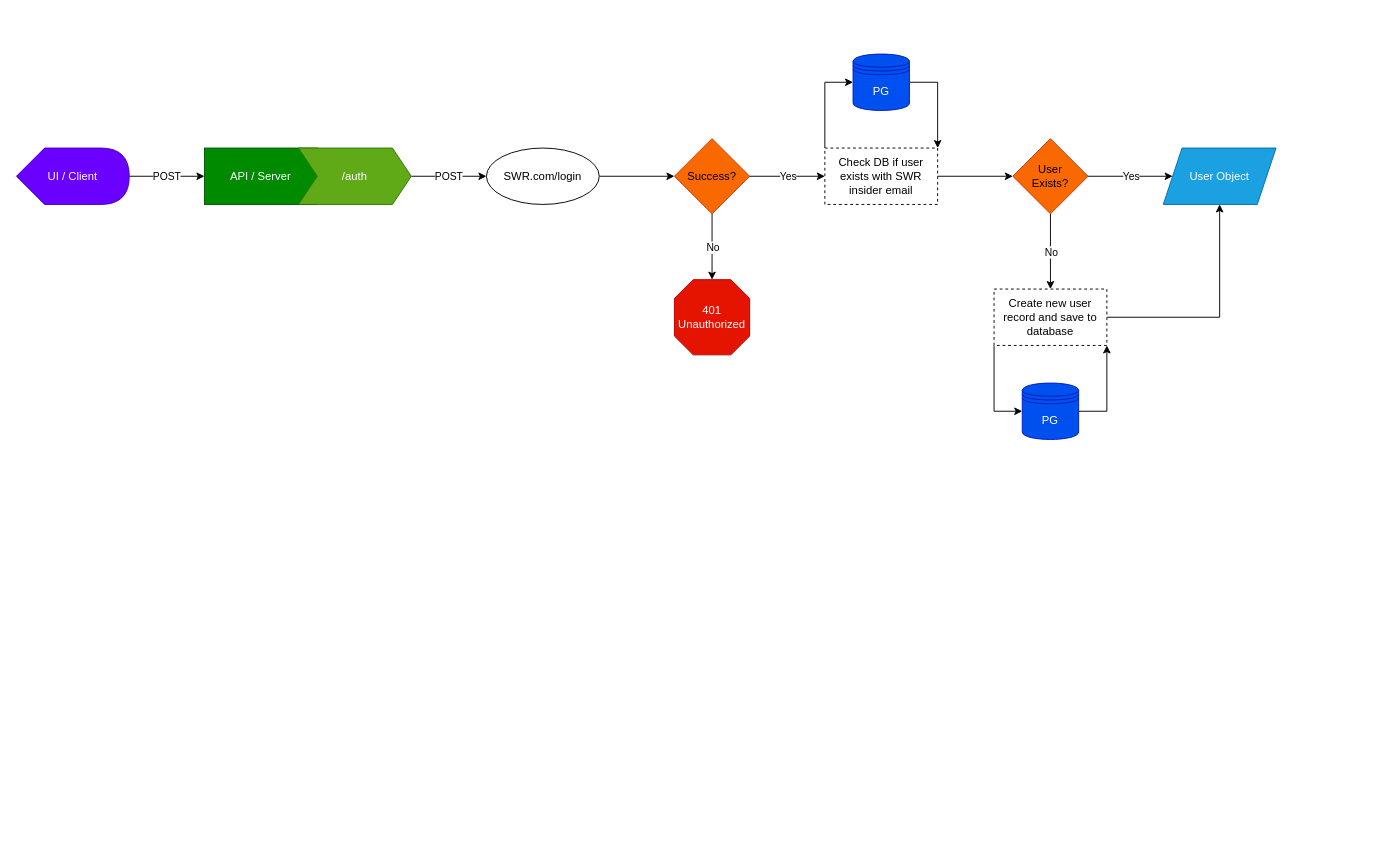
Above: diagrams/swr_integrations.drawio in skinwalker-ranch-insiders/anomaly_reporting_diagrams (draw.io), before the change. Source tidied: cells renumbered, new cells numbered last; positions are measured from the earlier drawing's top-left corner, leaving out a move shared by most shapes. Both pictures are drawn from the tidied source at 94%, with x=0, y=0 at pixel (16, 54).
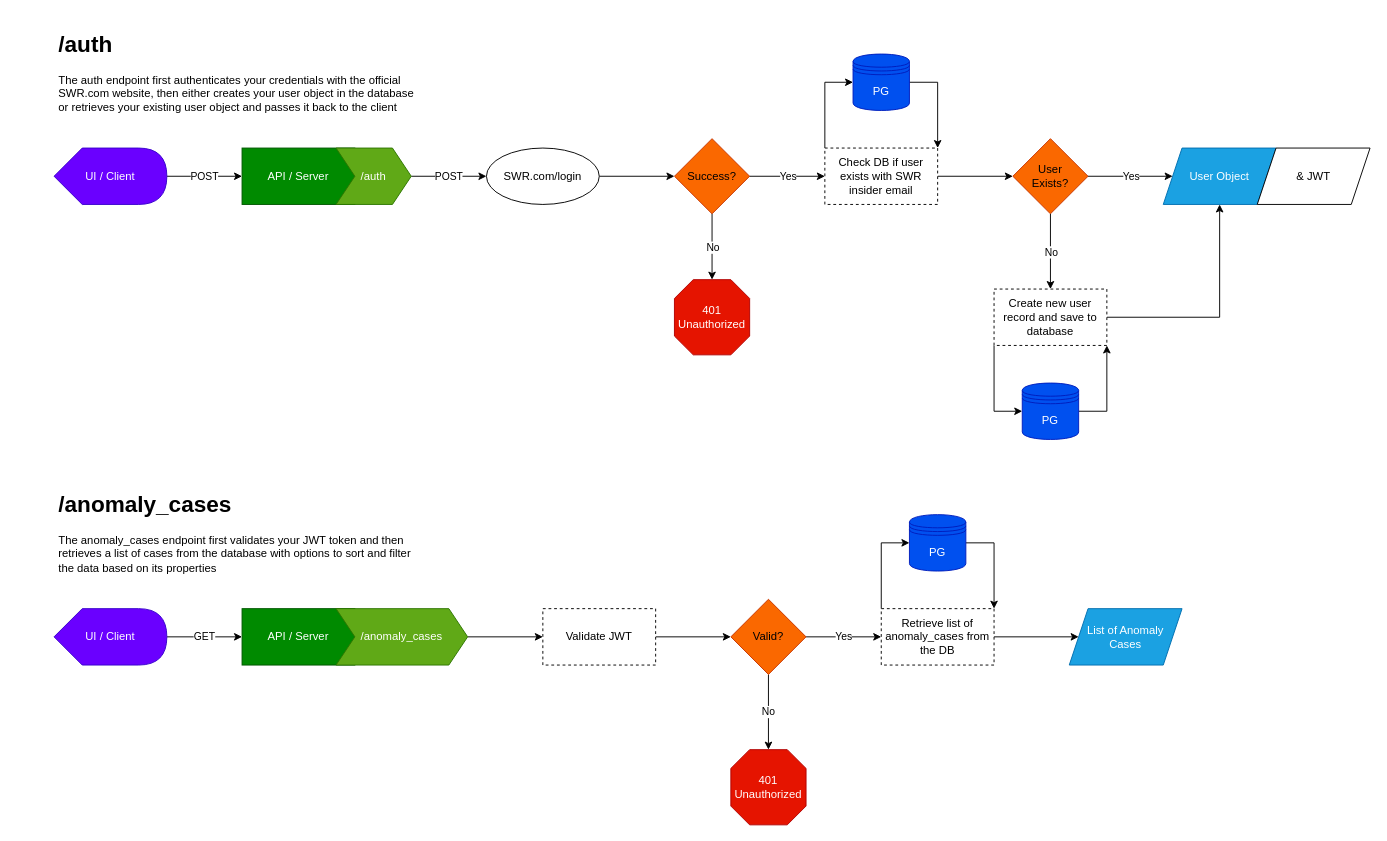
The same diagram, later.

Diff of the diagram source:
```diff
@@
     <mxCell id="4" value="API / Server" style="rounded=0;whiteSpace=wrap;html=1;fillColor=#008a00;fontColor=#ffffff;strokeColor=#005700;" parent="1" vertex="1">
-      <mxGeometry x="200" y="100" width="120" height="60" as="geometry" />
+      <mxGeometry x="240" y="100" width="120" height="60" as="geometry" />
     </mxCell>
@@
     <mxCell id="6" value="/auth" style="shape=step;perimeter=stepPerimeter;whiteSpace=wrap;html=1;fixedSize=1;fillColor=#60a917;fontColor=#ffffff;strokeColor=#2D7600;" parent="1" vertex="1">
-      <mxGeometry x="300" y="100" width="120" height="60" as="geometry" />
+      <mxGeometry x="340" y="100" width="80" height="60" as="geometry" />
     </mxCell>
@@
     <mxCell id="8" value="UI / Client" style="shape=display;whiteSpace=wrap;html=1;fillColor=#6a00ff;fontColor=#ffffff;strokeColor=#3700CC;" parent="1" vertex="1">
-      <mxGeometry y="100" width="120" height="60" as="geometry" />
+      <mxGeometry x="40" y="100" width="120" height="60" as="geometry" />
     </mxCell>
@@
+    <mxCell id="31" value="API / Server" style="rounded=0;whiteSpace=wrap;html=1;fillColor=#008a00;fontColor=#ffffff;strokeColor=#005700;" parent="1" vertex="1">
+      <mxGeometry x="240" y="590" width="120" height="60" as="geometry" />
+    </mxCell>
+    <mxCell id="32" style="edgeStyle=orthogonalEdgeStyle;rounded=0;jettySize=auto;html=1;entryX=0;entryY=0.5;entryDx=0;entryDy=0;" parent="1" edge="1" source="33" target="37">
+      <mxGeometry relative="1" as="geometry" />
+    </mxCell>
+    <mxCell id="33" value="/anomaly_cases" style="shape=step;perimeter=stepPerimeter;whiteSpace=wrap;html=1;fixedSize=1;fillColor=#60a917;fontColor=#ffffff;strokeColor=#2D7600;" parent="1" vertex="1">
+      <mxGeometry x="340" y="590" width="140" height="60" as="geometry" />
+    </mxCell>
+    <mxCell id="34" value="GET" style="edgeStyle=orthogonalEdgeStyle;rounded=0;jettySize=auto;html=1;entryX=0;entryY=0.5;entryDx=0;entryDy=0;" parent="1" edge="1" source="35" target="31">
+      <mxGeometry relative="1" as="geometry" />
+    </mxCell>
+    <mxCell id="35" value="UI / Client" style="shape=display;whiteSpace=wrap;html=1;fillColor=#6a00ff;fontColor=#ffffff;strokeColor=#3700CC;" parent="1" vertex="1">
+      <mxGeometry x="40" y="590" width="120" height="60" as="geometry" />
+    </mxCell>
+    <mxCell id="36" style="edgeStyle=orthogonalEdgeStyle;rounded=0;jettySize=auto;html=1;entryX=0;entryY=0.5;entryDx=0;entryDy=0;" parent="1" edge="1" source="37" target="41">
+      <mxGeometry relative="1" as="geometry" />
+    </mxCell>
+    <mxCell id="37" value="Validate JWT" style="rounded=0;whiteSpace=wrap;html=1;dashed=1;" parent="1" vertex="1">
+      <mxGeometry x="560" y="590" width="120" height="60" as="geometry" />
+    </mxCell>
+    <mxCell id="38" value="&amp;amp; JWT" style="shape=parallelogram;perimeter=parallelogramPerimeter;whiteSpace=wrap;html=1;fixedSize=1;" parent="1" vertex="1">
+      <mxGeometry x="1320" y="100" width="120" height="60" as="geometry" />
+    </mxCell>
+    <mxCell id="39" value="No" style="edgeStyle=orthogonalEdgeStyle;rounded=0;jettySize=auto;html=1;entryX=0.5;entryY=0;entryDx=0;entryDy=0;entryPerimeter=0;" parent="1" edge="1" source="41" target="42">
+      <mxGeometry relative="1" as="geometry" />
+    </mxCell>
+    <mxCell id="40" value="Yes" style="edgeStyle=orthogonalEdgeStyle;rounded=0;jettySize=auto;html=1;entryX=0;entryY=0.5;entryDx=0;entryDy=0;" parent="1" edge="1" source="41" target="49">
+      <mxGeometry relative="1" as="geometry" />
+    </mxCell>
+    <mxCell id="41" value="Valid?" style="rhombus;whiteSpace=wrap;html=1;fillColor=#fa6800;fontColor=#000000;strokeColor=#C73500;" parent="1" vertex="1">
+      <mxGeometry x="760" y="580" width="80" height="80" as="geometry" />
+    </mxCell>
+    <mxCell id="42" value="401&lt;br&gt;Unauthorized" style="whiteSpace=wrap;html=1;shape=mxgraph.basic.octagon2;align=center;verticalAlign=middle;dx=10;fillColor=#e51400;fontColor=#ffffff;strokeColor=#B20000;" parent="1" vertex="1">
+      <mxGeometry x="760" y="740" width="80" height="80" as="geometry" />
+    </mxCell>
+    <mxCell id="43" value="&lt;h1&gt;/auth&lt;/h1&gt;&lt;p&gt;The auth endpoint first authenticates your credentials with the official SWR.com website, then either creates your user object in the database or retrieves your existing user object and passes it back to the client&lt;/p&gt;" style="text;html=1;strokeColor=none;fillColor=none;spacing=5;spacingTop=-20;whiteSpace=wrap;overflow=hidden;rounded=0;" parent="1" vertex="1">
+      <mxGeometry x="40" y="-30" width="400" height="120" as="geometry" />
+    </mxCell>
+    <mxCell id="44" value="&lt;h1&gt;/anomaly_cases&lt;/h1&gt;&lt;p&gt;The anomaly_cases endpoint first validates your JWT token and then retrieves a list of cases from the database with options to sort and filter the data based on its properties&lt;/p&gt;" style="text;html=1;strokeColor=none;fillColor=none;spacing=5;spacingTop=-20;whiteSpace=wrap;overflow=hidden;rounded=0;" parent="1" vertex="1">
+      <mxGeometry x="40" y="460" width="400" height="120" as="geometry" />
+    </mxCell>
+    <mxCell id="45" style="edgeStyle=orthogonalEdgeStyle;rounded=0;jettySize=auto;html=1;exitX=1;exitY=0.5;exitDx=0;exitDy=0;entryX=1;entryY=0;entryDx=0;entryDy=0;" parent="1" edge="1" source="46" target="49">
+      <mxGeometry relative="1" as="geometry" />
+    </mxCell>
+    <mxCell id="46" value="PG" style="shape=datastore;whiteSpace=wrap;html=1;fillColor=#0050ef;fontColor=#ffffff;strokeColor=#001DBC;" parent="1" vertex="1">
+      <mxGeometry x="950" y="490" width="60" height="60" as="geometry" />
+    </mxCell>
+    <mxCell id="47" style="edgeStyle=orthogonalEdgeStyle;rounded=0;jettySize=auto;html=1;exitX=0;exitY=0;exitDx=0;exitDy=0;entryX=0;entryY=0.5;entryDx=0;entryDy=0;" parent="1" edge="1" source="49" target="46">
+      <mxGeometry relative="1" as="geometry">
+        <Array as="points">
+          <mxPoint x="920" y="520" />
+        </Array>
+      </mxGeometry>
+    </mxCell>
+    <mxCell id="48" style="edgeStyle=orthogonalEdgeStyle;rounded=0;jettySize=auto;html=1;entryX=0;entryY=0.5;entryDx=0;entryDy=0;" parent="1" edge="1" source="49" target="50">
+      <mxGeometry relative="1" as="geometry" />
+    </mxCell>
+    <mxCell id="49" value="Retrieve list of anomaly_cases from the DB" style="rounded=0;whiteSpace=wrap;html=1;dashed=1;" parent="1" vertex="1">
+      <mxGeometry x="920" y="590" width="120" height="60" as="geometry" />
+    </mxCell>
+    <mxCell id="50" value="List of Anomaly Cases" style="shape=parallelogram;perimeter=parallelogramPerimeter;whiteSpace=wrap;html=1;fixedSize=1;fillColor=#1ba1e2;fontColor=#ffffff;strokeColor=#006EAF;" parent="1" vertex="1">
+      <mxGeometry x="1120" y="590" width="120" height="60" as="geometry" />
+    </mxCell>
```
